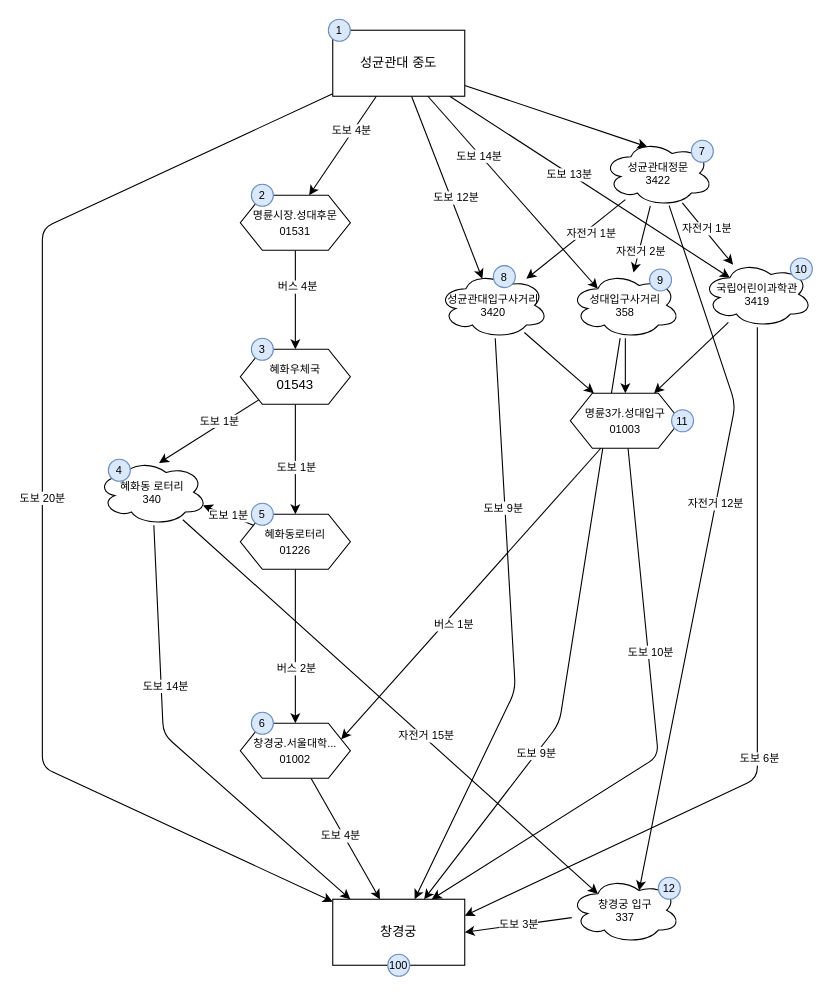
The draw.io diagram skku-to-changgyeonggung.drawio in dannaward/seoulbike-navigation, before the edit. Source tidied: cells renumbered, new cells numbered last; positions are measured from the earlier drawing's top-left corner, leaving out a move shared by most shapes. Both pictures are drawn from the tidied source at 110%, with x=0, y=0 at pixel (42, 19).
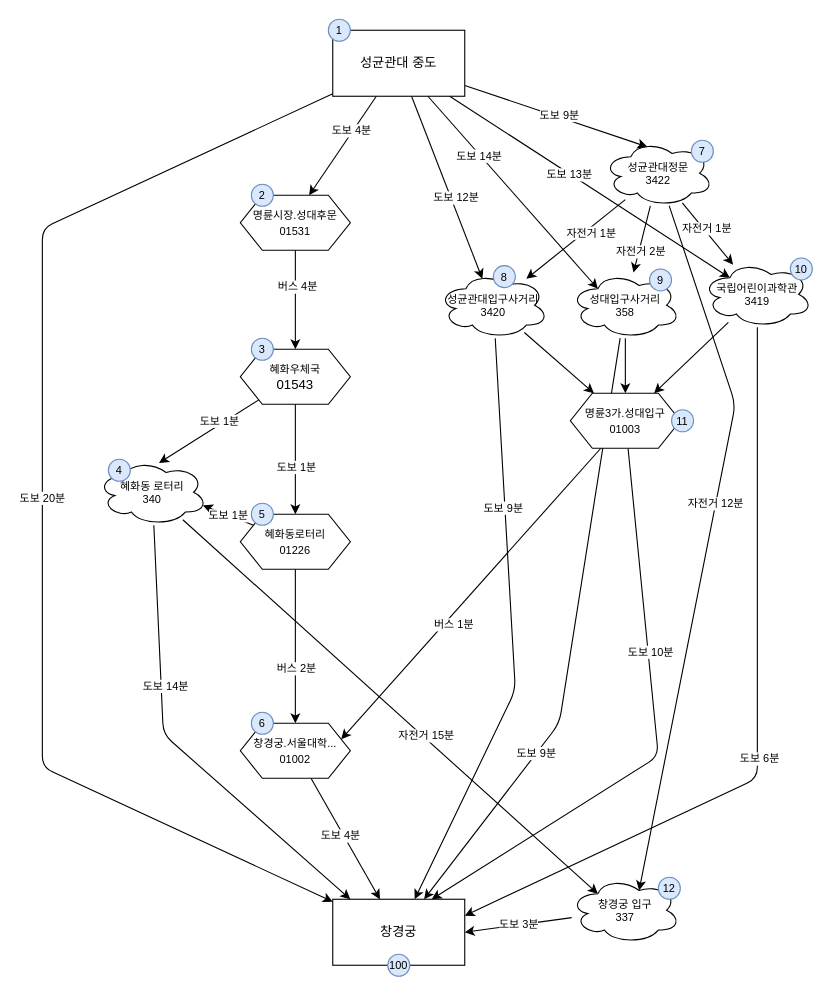
After the change.

Commit message:
중도 -> 성균관대 정문 대여소 소요시간 추가

Unchanged cells that the change refers to:
```xml
<mxCell id="5" style="edgeStyle=none;jettySize=auto;html=1;entryX=0.4;entryY=0.1;entryDx=0;entryDy=0;entryPerimeter=0;fontSize=10;" parent="1" edge="1" source="12" target="37">
  <mxGeometry relative="1" as="geometry" />
</mxCell>
```

Diff of the diagram source:
```diff
@@
+    <mxCell id="75" value="도보 9분" style="edgeLabel;html=1;align=center;verticalAlign=middle;fontSize=10;" parent="5" vertex="1">
+      <mxGeometry x="0.03" y="2" relative="1" as="geometry" />
+    </mxCell>
```
